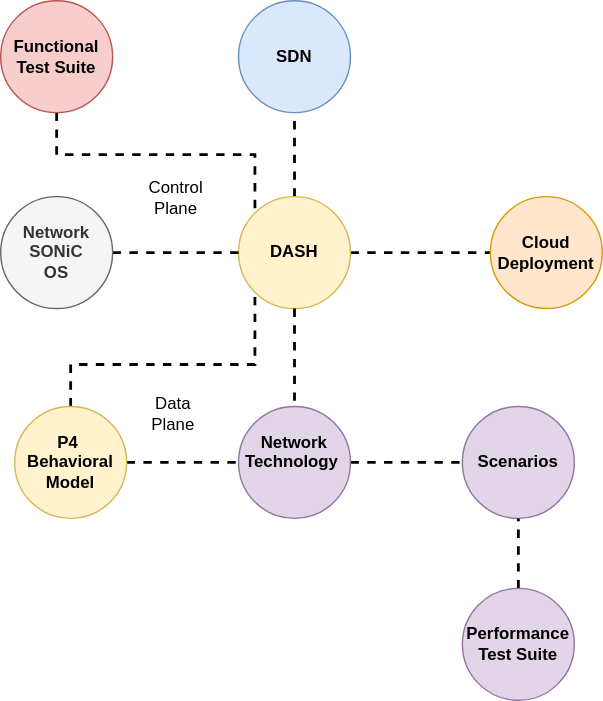
The draw.io diagram documentation/general/design/images/hld/dash-hld-ecosystem.svg in sonic-net/DASH, before a commit. Source tidied: cells renumbered, new cells last; positions are measured from the earlier drawing's top-left corner, leaving out a move shared by most shapes.
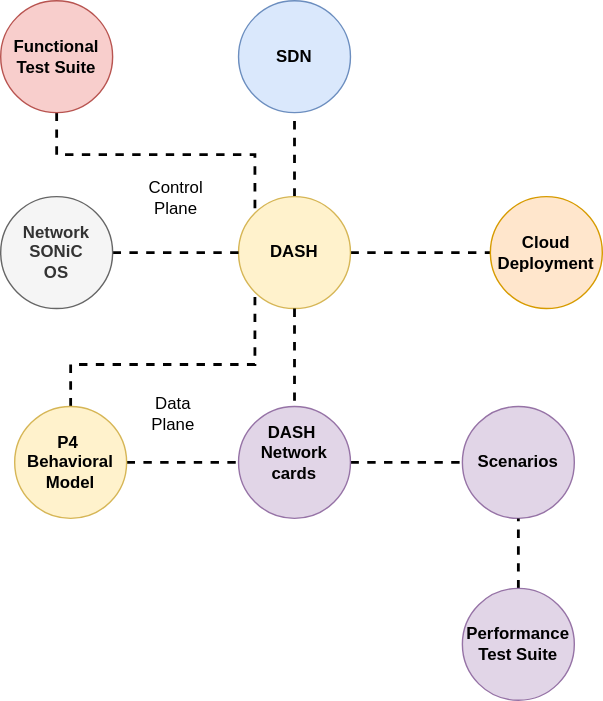
Later version of the same file.

Change to the diagram source:
```diff
@@ -28,7 +28,7 @@
     <mxCell id="9" style="edgeStyle=orthogonalEdgeStyle;rounded=0;jettySize=auto;html=1;exitX=1;exitY=0.5;exitDx=0;exitDy=0;entryX=0;entryY=0.5;entryDx=0;entryDy=0;dashed=1;endArrow=none;endFill=0;strokeWidth=2;" parent="1" edge="1" source="10" target="12">
       <mxGeometry relative="1" as="geometry" />
     </mxCell>
-    <mxCell id="10" value="&lt;b&gt;Network&lt;br&gt;Technology&amp;nbsp;&lt;br&gt;&lt;br&gt;&lt;/b&gt;" style="ellipse;whiteSpace=wrap;html=1;fillColor=#e1d5e7;strokeColor=#9673a6;" parent="1" vertex="1">
+    <mxCell id="10" value="&lt;b&gt;&lt;br&gt;DASH&amp;nbsp; Network cards&lt;br&gt;&amp;nbsp;&lt;br&gt;&lt;br&gt;&lt;/b&gt;" style="ellipse;whiteSpace=wrap;html=1;fillColor=#e1d5e7;strokeColor=#9673a6;" parent="1" vertex="1">
       <mxGeometry x="170" y="290" width="80" height="80" as="geometry" />
     </mxCell>
     <mxCell id="11" value="&lt;b&gt;SDN&lt;/b&gt;" style="ellipse;whiteSpace=wrap;html=1;fillColor=#dae8fc;strokeColor=#6c8ebf;" parent="1" vertex="1">
```
